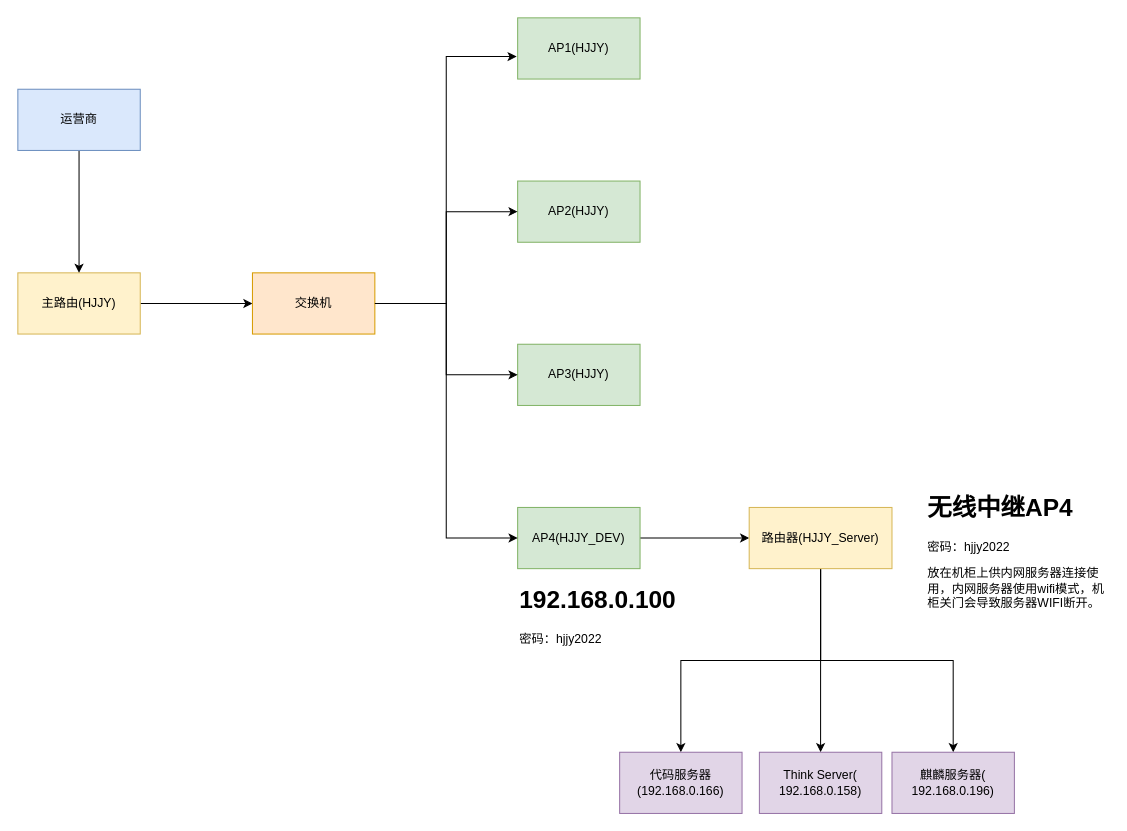
Earlier version of the draw.io diagram diagrams/网络拓扑.drawio (cn-wwl/draw). Source tidied: cells renumbered, new cells numbered last; positions are measured from the earlier drawing's top-left corner, leaving out a move shared by most shapes. Both pictures are drawn from the tidied source at 102%, with x=0, y=0 at pixel (17, 17).
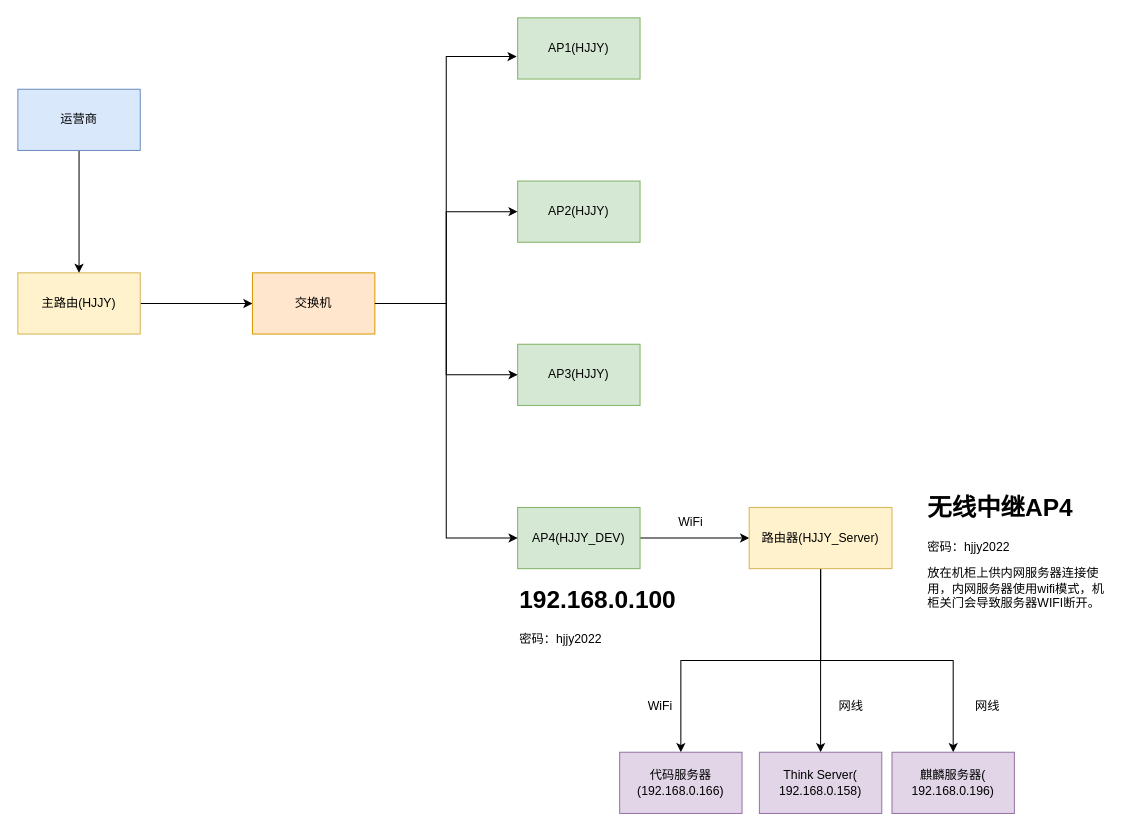
The same diagram, later.

Commit message:
更新网络拓扑.drawio

Unchanged cells that the change refers to:
```xml
<mxCell id="10" value="AP4(HJJY_DEV)" style="rounded=0;whiteSpace=wrap;html=1;fillColor=#d5e8d4;strokeColor=#82b366;" parent="1" vertex="1">
  <mxGeometry x="490" y="480" width="120" height="60" as="geometry" />
</mxCell>
<mxCell id="18" value="路由器(HJJY_Server)" style="whiteSpace=wrap;html=1;rounded=0;fillColor=#fff2cc;strokeColor=#d6b656;" parent="1" vertex="1">
  <mxGeometry x="717" y="480" width="140" height="60" as="geometry" />
</mxCell>
<mxCell id="19" value="代码服务器(192.168.0.166)" style="rounded=0;whiteSpace=wrap;html=1;fillColor=#e1d5e7;strokeColor=#9673a6;" parent="1" vertex="1">
  <mxGeometry x="590" y="720" width="120" height="60" as="geometry" />
</mxCell>
```

What changed in the source:
```diff
@@
-    <mxCell id="9" style="edgeStyle=orthogonalEdgeStyle;rounded=0;jettySize=auto;html=1;defaultLabelBackgroundColor=page;" parent="1" edge="1" source="10" target="18">
+    <mxCell id="9" style="edgeStyle=orthogonalEdgeStyle;rounded=0;jettySize=auto;html=1;defaultLabelBackgroundColor=page;flowAnimation=1;" parent="1" edge="1" source="10" target="18">
       <mxGeometry relative="1" as="geometry" />
     </mxCell>
@@
-    <mxCell id="15" style="edgeStyle=orthogonalEdgeStyle;rounded=0;jettySize=auto;html=1;exitX=0.5;exitY=1;exitDx=0;exitDy=0;entryX=0.5;entryY=0;entryDx=0;entryDy=0;defaultLabelBackgroundColor=page;" parent="1" edge="1" source="18" target="19">
+    <mxCell id="15" style="edgeStyle=orthogonalEdgeStyle;rounded=0;jettySize=auto;html=1;exitX=0.5;exitY=1;exitDx=0;exitDy=0;entryX=0.5;entryY=0;entryDx=0;entryDy=0;defaultLabelBackgroundColor=page;flowAnimation=1;" parent="1" edge="1" source="18" target="19">
       <mxGeometry relative="1" as="geometry" />
     </mxCell>
@@
+    <mxCell id="25" value="WiFi" style="text;html=1;whiteSpace=wrap;strokeColor=none;fillColor=none;align=center;verticalAlign=middle;rounded=0;" parent="1" vertex="1">
+      <mxGeometry x="600" y="660" width="60" height="30" as="geometry" />
+    </mxCell>
+    <mxCell id="26" value="网线" style="text;html=1;whiteSpace=wrap;strokeColor=none;fillColor=none;align=center;verticalAlign=middle;rounded=0;" parent="1" vertex="1">
+      <mxGeometry x="787" y="660" width="60" height="30" as="geometry" />
+    </mxCell>
+    <mxCell id="27" value="网线" style="text;html=1;whiteSpace=wrap;strokeColor=none;fillColor=none;align=center;verticalAlign=middle;rounded=0;" parent="1" vertex="1">
+      <mxGeometry x="921" y="660" width="60" height="30" as="geometry" />
+    </mxCell>
+    <mxCell id="28" value="WiFi" style="text;html=1;whiteSpace=wrap;strokeColor=none;fillColor=none;align=center;verticalAlign=middle;rounded=0;" parent="1" vertex="1">
+      <mxGeometry x="630" y="480" width="60" height="30" as="geometry" />
+    </mxCell>
```
